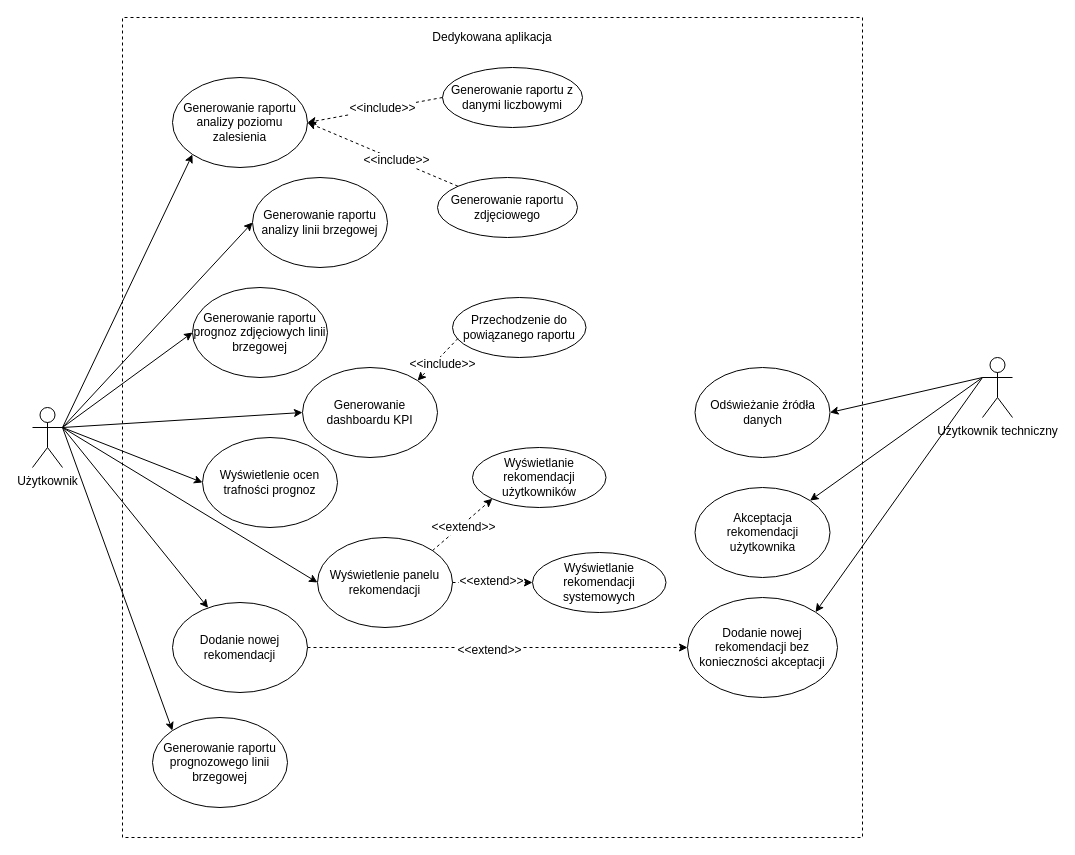
This is Use case diagram.drawio from WSEImacowsky/SDLC, a draw.io file, before an edit. Source tidied: cells renumbered, new cells numbered last; positions are measured from the earlier drawing's top-left corner, leaving out a move shared by most shapes. Both pictures are drawn from the tidied source at 100%, with x=0, y=0 at pixel (32, 27).
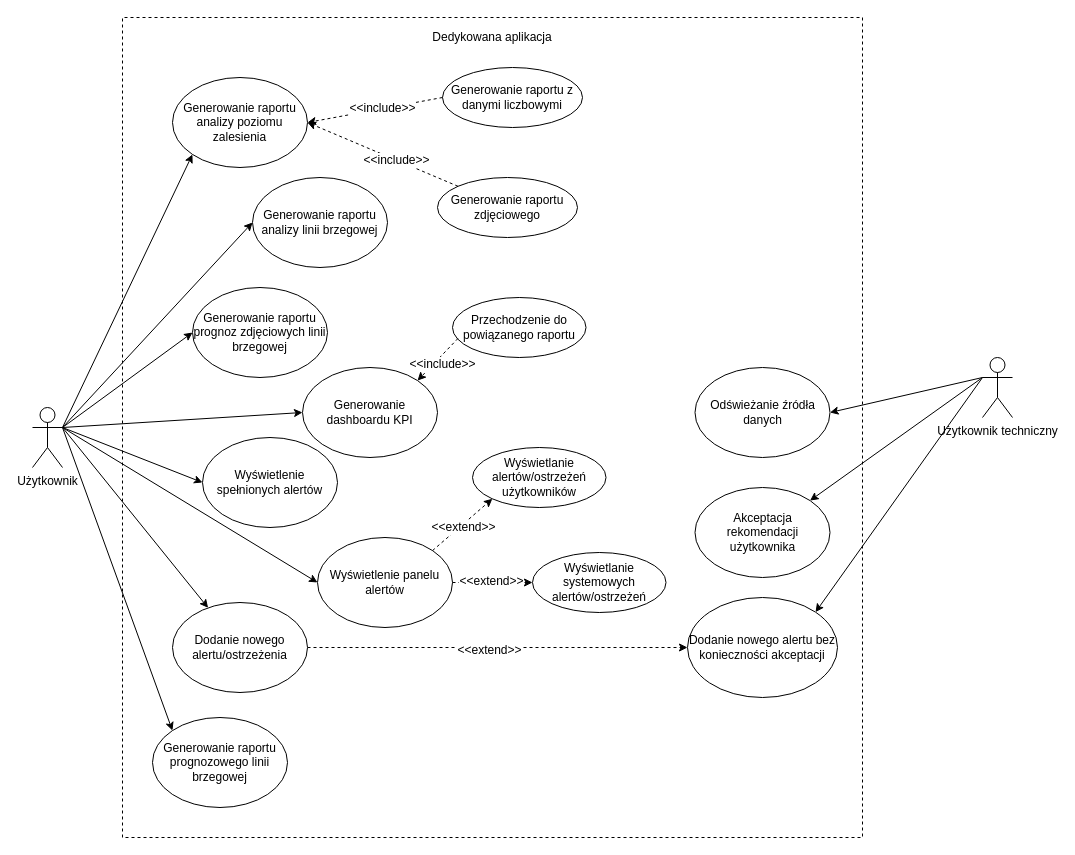
After the change.

Diff of the diagram source:
```diff
@@
-    <mxCell id="9" value="Wyświetlenie ocen trafności prognoz" style="ellipse;whiteSpace=wrap;html=1;" parent="1" vertex="1">
+    <mxCell id="9" value="Wyświetlenie spełnionych alertów" style="ellipse;whiteSpace=wrap;html=1;" parent="1" vertex="1">
       <mxGeometry x="170" y="410" width="135" height="90" as="geometry" />
     </mxCell>
-    <mxCell id="10" value="Wyświetlenie panelu rekomendacji" style="ellipse;whiteSpace=wrap;html=1;" parent="1" vertex="1">
+    <mxCell id="10" value="Wyświetlenie panelu alertów" style="ellipse;whiteSpace=wrap;html=1;" parent="1" vertex="1">
       <mxGeometry x="285" y="510" width="135" height="90" as="geometry" />
     </mxCell>
@@
-    <mxCell id="15" value="Dodanie nowej rekomendacji" style="ellipse;whiteSpace=wrap;html=1;" parent="1" vertex="1">
+    <mxCell id="15" value="Dodanie nowego alertu/ostrzeżenia" style="ellipse;whiteSpace=wrap;html=1;" parent="1" vertex="1">
       <mxGeometry x="140" y="575" width="135" height="90" as="geometry" />
     </mxCell>
@@
-    <mxCell id="17" value="Dodanie nowej rekomendacji bez konieczności akceptacji" style="ellipse;whiteSpace=wrap;html=1;" parent="1" vertex="1">
+    <mxCell id="17" value="Dodanie nowego alertu bez konieczności akceptacji" style="ellipse;whiteSpace=wrap;html=1;" parent="1" vertex="1">
       <mxGeometry x="655" y="570" width="150" height="100" as="geometry" />
     </mxCell>
@@
-    <mxCell id="39" value="Wyświetlanie rekomendacji użytkowników" style="ellipse;whiteSpace=wrap;html=1;" parent="1" vertex="1">
+    <mxCell id="39" value="Wyświetlanie alertów/ostrzeżeń użytkowników" style="ellipse;whiteSpace=wrap;html=1;" parent="1" vertex="1">
       <mxGeometry x="440" y="420" width="133.5" height="60" as="geometry" />
     </mxCell>
-    <mxCell id="40" value="Wyświetlanie rekomendacji systemowych" style="ellipse;whiteSpace=wrap;html=1;" parent="1" vertex="1">
+    <mxCell id="40" value="Wyświetlanie systemowych alertów/ostrzeżeń" style="ellipse;whiteSpace=wrap;html=1;" parent="1" vertex="1">
       <mxGeometry x="500" y="525" width="133.5" height="60" as="geometry" />
     </mxCell>
```
